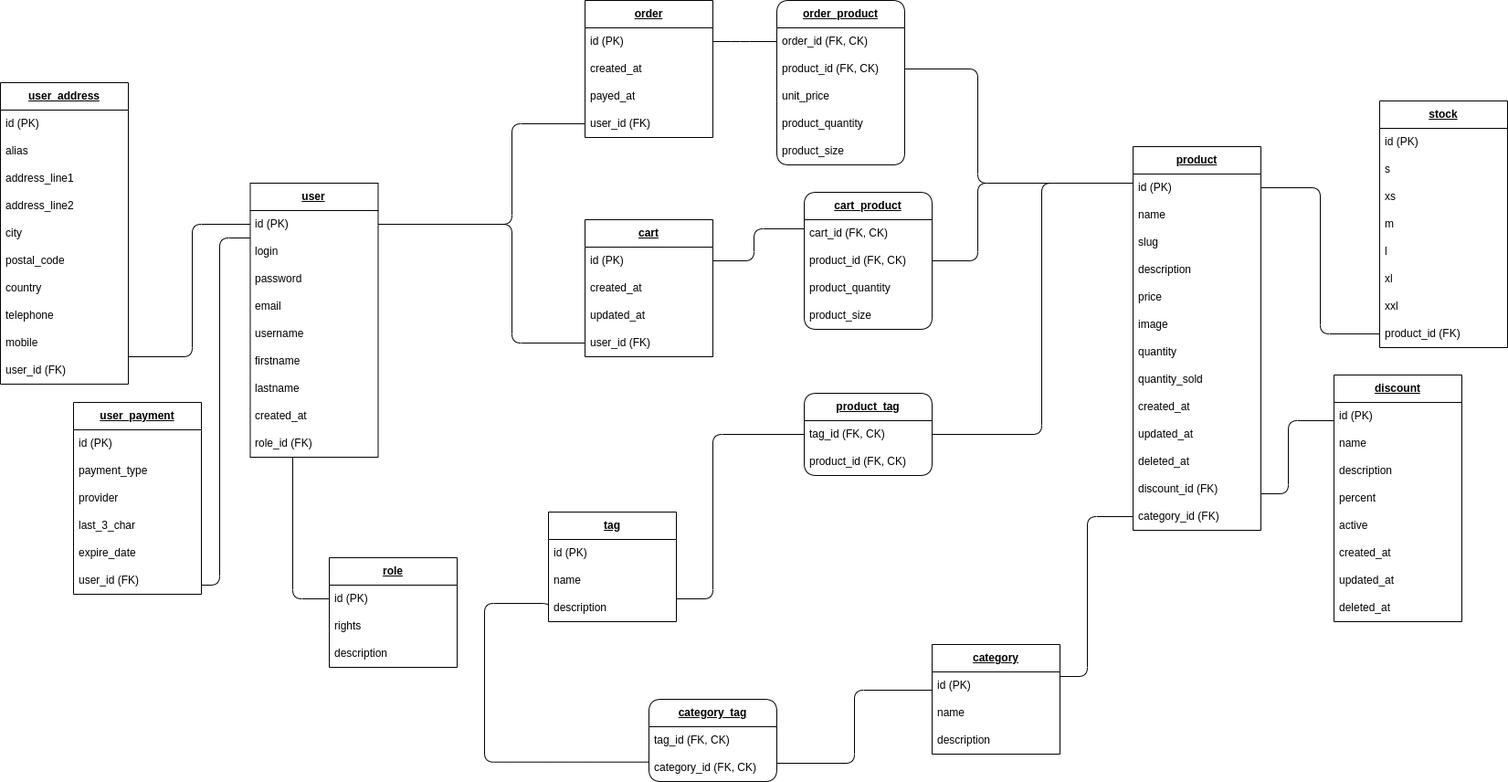
Before: resources/mld.png, a diagram exported from draw.io (felix-hauger/boutique-en-ligne). Source tidied: cells renumbered, new cells last; positions are measured from the earlier drawing's top-left corner, leaving out a move shared by most shapes.
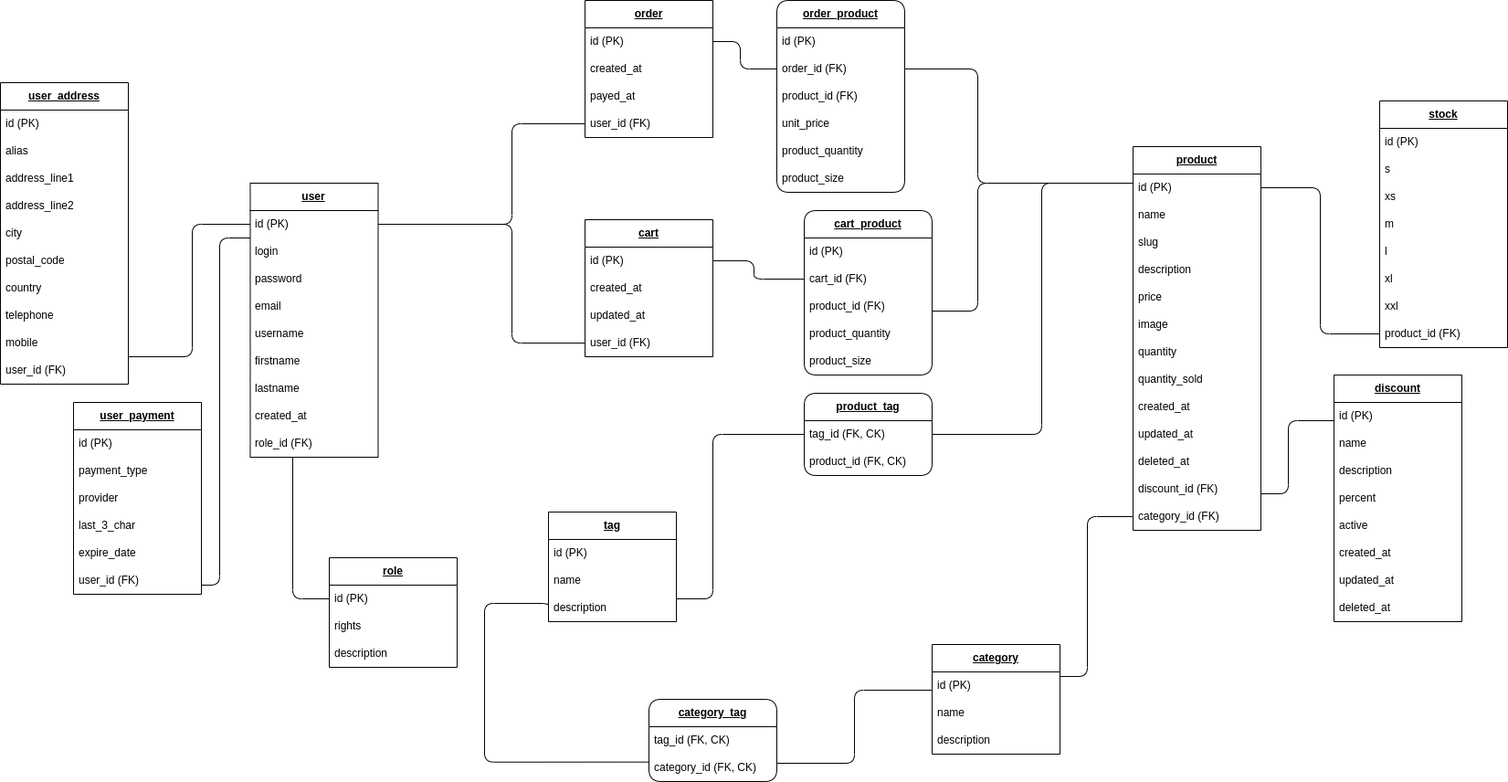
After the commit.

Diff of the diagram source:
```diff
@@ -65,7 +65,7 @@
     <mxCell id="19" style="edgeStyle=orthogonalEdgeStyle;rounded=1;html=1;strokeColor=default;fontSize=12;startArrow=none;endArrow=none;endFill=0;" parent="1" edge="1" source="100" target="67">
       <mxGeometry relative="1" as="geometry">
         <Array as="points">
-          <mxPoint x="1070" y="285" />
+          <mxPoint x="1070" y="340" />
           <mxPoint x="1070" y="200" />
         </Array>
       </mxGeometry>
@@ -323,50 +323,56 @@
       <mxGeometry relative="1" as="geometry">
         <Array as="points">
           <mxPoint x="810" y="45" />
-          <mxPoint x="810" y="45" />
+          <mxPoint x="810" y="75" />
         </Array>
       </mxGeometry>
     </mxCell>
     <mxCell id="91" value="&lt;b&gt;&lt;u&gt;order_product&lt;/u&gt;&lt;/b&gt;" style="swimlane;fontStyle=0;horizontal=1;startSize=30;whiteSpace=wrap;html=1;rounded=1;" parent="1" vertex="1">
-      <mxGeometry x="850" width="140" height="180" as="geometry" />
+      <mxGeometry x="850" width="140" height="210" as="geometry" />
     </mxCell>
+    <mxCell id="121" value="id (PK)" style="text;strokeColor=none;fillColor=none;align=left;verticalAlign=middle;spacingLeft=4;spacingRight=4;overflow=hidden;whiteSpace=wrap;html=1;" parent="91" vertex="1">
+      <mxGeometry y="30" width="140" height="30" as="geometry" />
+    </mxCell>
-    <mxCell id="92" value="order_id (FK, CK)" style="text;strokeColor=none;fillColor=none;align=left;verticalAlign=middle;spacingLeft=4;spacingRight=4;overflow=hidden;points=[[0,0.5],[1,0.5]];portConstraint=eastwest;whiteSpace=wrap;html=1;" parent="91" vertex="1">
-      <mxGeometry y="30" width="140" height="30" as="geometry" />
+    <mxCell id="92" value="order_id (FK)" style="text;strokeColor=none;fillColor=none;align=left;verticalAlign=middle;spacingLeft=4;spacingRight=4;overflow=hidden;points=[[0,0.5],[1,0.5]];portConstraint=eastwest;whiteSpace=wrap;html=1;" parent="91" vertex="1">
+      <mxGeometry y="60" width="140" height="30" as="geometry" />
     </mxCell>
-    <mxCell id="93" value="product_id (FK, CK)" style="text;strokeColor=none;fillColor=none;align=left;verticalAlign=middle;spacingLeft=4;spacingRight=4;overflow=hidden;whiteSpace=wrap;html=1;" parent="91" vertex="1">
-      <mxGeometry y="60" width="140" height="30" as="geometry" />
+    <mxCell id="93" value="product_id (FK)" style="text;strokeColor=none;fillColor=none;align=left;verticalAlign=middle;spacingLeft=4;spacingRight=4;overflow=hidden;whiteSpace=wrap;html=1;" parent="91" vertex="1">
+      <mxGeometry y="90" width="140" height="30" as="geometry" />
     </mxCell>
     <mxCell id="94" value="unit_price" style="text;strokeColor=none;fillColor=none;align=left;verticalAlign=middle;spacingLeft=4;spacingRight=4;overflow=hidden;whiteSpace=wrap;html=1;" parent="91" vertex="1">
-      <mxGeometry y="90" width="140" height="30" as="geometry" />
+      <mxGeometry y="120" width="140" height="30" as="geometry" />
     </mxCell>
     <mxCell id="95" value="product_quantity" style="text;strokeColor=none;fillColor=none;align=left;verticalAlign=middle;spacingLeft=4;spacingRight=4;overflow=hidden;whiteSpace=wrap;html=1;" parent="91" vertex="1">
-      <mxGeometry y="120" width="140" height="30" as="geometry" />
+      <mxGeometry y="150" width="140" height="30" as="geometry" />
     </mxCell>
     <mxCell id="96" value="product_size" style="text;strokeColor=none;fillColor=none;align=left;verticalAlign=middle;spacingLeft=4;spacingRight=4;overflow=hidden;whiteSpace=wrap;html=1;" parent="91" vertex="1">
-      <mxGeometry y="150" width="140" height="30" as="geometry" />
+      <mxGeometry y="180" width="140" height="30" as="geometry" />
     </mxCell>
-    <mxCell id="97" style="edgeStyle=orthogonalEdgeStyle;rounded=1;html=1;strokeColor=default;fontSize=12;endArrow=none;" parent="1" edge="1" source="21" target="98">
+    <mxCell id="97" style="edgeStyle=orthogonalEdgeStyle;rounded=1;html=1;strokeColor=default;fontSize=12;endArrow=none;" parent="1" edge="1" source="21" target="99">
       <mxGeometry relative="1" as="geometry">
         <Array as="points">
           <mxPoint x="825" y="285" />
-          <mxPoint x="825" y="250" />
+          <mxPoint x="825" y="305" />
         </Array>
       </mxGeometry>
     </mxCell>
     <mxCell id="98" value="&lt;b&gt;&lt;u&gt;cart_product&lt;/u&gt;&lt;/b&gt;" style="swimlane;fontStyle=0;horizontal=1;startSize=30;whiteSpace=wrap;html=1;rounded=1;" parent="1" vertex="1">
-      <mxGeometry x="880" y="210" width="140" height="150" as="geometry" />
+      <mxGeometry x="880" y="230" width="140" height="180" as="geometry" />
     </mxCell>
+    <mxCell id="122" value="id (PK)" style="text;strokeColor=none;fillColor=none;align=left;verticalAlign=middle;spacingLeft=4;spacingRight=4;overflow=hidden;whiteSpace=wrap;html=1;" parent="98" vertex="1">
+      <mxGeometry y="30" width="140" height="30" as="geometry" />
+    </mxCell>
-    <mxCell id="99" value="cart_id (FK, CK)" style="text;strokeColor=none;fillColor=none;align=left;verticalAlign=middle;spacingLeft=4;spacingRight=4;overflow=hidden;points=[[0,0.5],[1,0.5]];portConstraint=eastwest;whiteSpace=wrap;html=1;" parent="98" vertex="1">
-      <mxGeometry y="30" width="140" height="30" as="geometry" />
+    <mxCell id="99" value="cart_id (FK)" style="text;strokeColor=none;fillColor=none;align=left;verticalAlign=middle;spacingLeft=4;spacingRight=4;overflow=hidden;points=[[0,0.5],[1,0.5]];portConstraint=eastwest;whiteSpace=wrap;html=1;" parent="98" vertex="1">
+      <mxGeometry y="60" width="140" height="30" as="geometry" />
     </mxCell>
-    <mxCell id="100" value="product_id (FK, CK)" style="text;strokeColor=none;fillColor=none;align=left;verticalAlign=middle;spacingLeft=4;spacingRight=4;overflow=hidden;points=[[0,0.5],[1,0.5]];portConstraint=eastwest;whiteSpace=wrap;html=1;" parent="98" vertex="1">
-      <mxGeometry y="60" width="140" height="30" as="geometry" />
+    <mxCell id="100" value="product_id (FK)" style="text;strokeColor=none;fillColor=none;align=left;verticalAlign=middle;spacingLeft=4;spacingRight=4;overflow=hidden;points=[[0,0.5],[1,0.5]];portConstraint=eastwest;whiteSpace=wrap;html=1;" parent="98" vertex="1">
+      <mxGeometry y="90" width="140" height="30" as="geometry" />
     </mxCell>
     <mxCell id="101" value="product_quantity" style="text;strokeColor=none;fillColor=none;align=left;verticalAlign=middle;spacingLeft=4;spacingRight=4;overflow=hidden;whiteSpace=wrap;html=1;" parent="98" vertex="1">
-      <mxGeometry y="90" width="140" height="30" as="geometry" />
+      <mxGeometry y="120" width="140" height="30" as="geometry" />
     </mxCell>
     <mxCell id="102" value="product_size" style="text;strokeColor=none;fillColor=none;align=left;verticalAlign=middle;spacingLeft=4;spacingRight=4;overflow=hidden;whiteSpace=wrap;html=1;" parent="98" vertex="1">
-      <mxGeometry y="120" width="140" height="30" as="geometry" />
+      <mxGeometry y="150" width="140" height="30" as="geometry" />
     </mxCell>
     <mxCell id="103" style="edgeStyle=orthogonalEdgeStyle;rounded=1;html=1;strokeColor=default;endArrow=none;" parent="1" edge="1" source="67" target="104">
       <mxGeometry relative="1" as="geometry">
```
